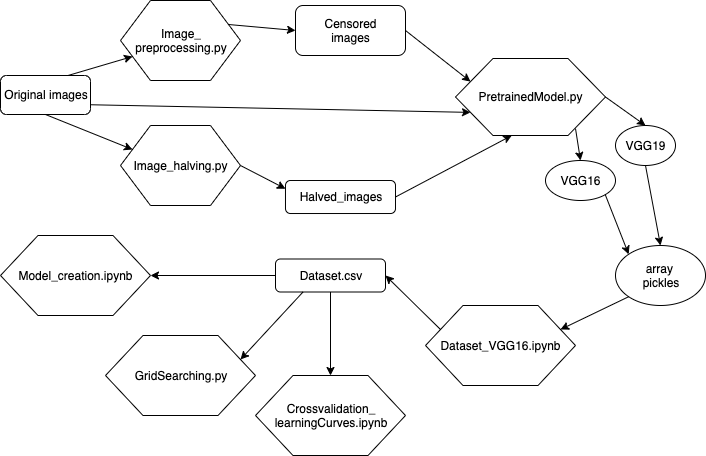
This is PR_Final_diagram.png from GerardDD/PR_Final_PeriapicalRadiography_Classification, a draw.io export, as it was before one commit. Source tidied: cells renumbered, new cells last; positions are measured from the earlier drawing's top-left corner, leaving out a move shared by most shapes.
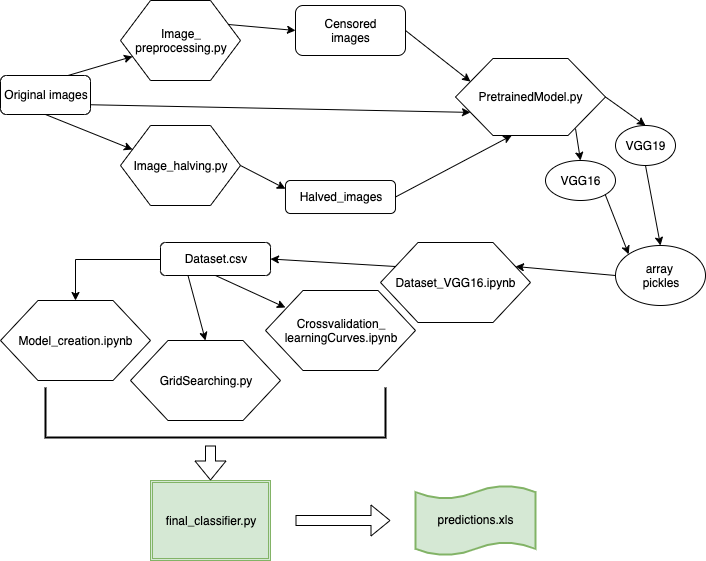
After the change.

Diff of the diagram source:
```diff
@@ -21,22 +21,22 @@
       <mxGeometry x="615" y="245" width="90" height="60" as="geometry" />
     </mxCell>
     <mxCell id="8" value="Dataset_VGG16.ipynb" style="shape=hexagon;perimeter=hexagonPerimeter2;whiteSpace=wrap;html=1;" parent="1" vertex="1">
-      <mxGeometry x="425" y="305" width="150" height="80" as="geometry" />
+      <mxGeometry x="380" y="242" width="150" height="80" as="geometry" />
     </mxCell>
-    <mxCell id="9" style="endArrow=classic;html=1;entryX=1;entryY=0.25;entryDx=0;entryDy=0;exitX=0;exitY=1;exitDx=0;exitDy=0;" parent="1" edge="1" source="7" target="8">
+    <mxCell id="9" style="endArrow=classic;html=1;entryX=1;entryY=0.25;entryDx=0;entryDy=0;exitX=0;exitY=0.5;exitDx=0;exitDy=0;" parent="1" edge="1" source="7" target="8">
       <mxGeometry relative="1" as="geometry" />
     </mxCell>
     <mxCell id="10" style="edgeStyle=orthogonalEdgeStyle;rounded=0;jettySize=auto;html=1;" parent="1" edge="1" source="11" target="13">
       <mxGeometry relative="1" as="geometry" />
     </mxCell>
     <mxCell id="11" value="Dataset.csv" style="rounded=1;whiteSpace=wrap;html=1;" parent="1" vertex="1">
-      <mxGeometry x="275" y="258.5" width="110" height="33" as="geometry" />
+      <mxGeometry x="160" y="242" width="110" height="33" as="geometry" />
     </mxCell>
     <mxCell id="12" style="endArrow=classic;html=1;exitX=0;exitY=0.25;exitDx=0;exitDy=0;entryX=1;entryY=0.5;entryDx=0;entryDy=0;" parent="1" edge="1" source="8" target="11">
       <mxGeometry relative="1" as="geometry" />
     </mxCell>
     <mxCell id="13" value="Model_creation.ipynb" style="shape=hexagon;perimeter=hexagonPerimeter2;whiteSpace=wrap;html=1;" parent="1" vertex="1">
-      <mxGeometry y="235" width="150" height="80" as="geometry" />
+      <mxGeometry y="300" width="150" height="80" as="geometry" />
     </mxCell>
     <mxCell id="14" value="Image_&lt;br&gt;preprocessing.py" style="shape=hexagon;perimeter=hexagonPerimeter2;whiteSpace=wrap;html=1;" parent="1" vertex="1">
       <mxGeometry x="120" width="120" height="80" as="geometry" />
@@ -68,16 +68,16 @@
     <mxCell id="23" style="endArrow=classic;html=1;entryX=0;entryY=0.25;entryDx=0;entryDy=0;exitX=1;exitY=0.5;exitDx=0;exitDy=0;" parent="1" edge="1" source="4" target="6">
       <mxGeometry relative="1" as="geometry" />
     </mxCell>
-    <mxCell id="24" style="endArrow=classic;html=1;exitX=1;exitY=0.75;exitDx=0;exitDy=0;entryX=0.5;entryY=0;entryDx=0;entryDy=0;" parent="1" edge="1" target="18">
-      <mxGeometry relative="1" as="geometry">
-        <mxPoint x="605" y="96.5" as="sourcePoint" />
-      </mxGeometry>
-    </mxCell>
-    <mxCell id="25" style="endArrow=classic;html=1;exitX=1;exitY=0.75;exitDx=0;exitDy=0;entryX=0.5;entryY=0;entryDx=0;entryDy=0;" parent="1" edge="1" target="17">
-      <mxGeometry relative="1" as="geometry">
-        <mxPoint x="575" y="128" as="sourcePoint" />
-      </mxGeometry>
-    </mxCell>
+    <mxCell id="32" style="endArrow=classic;html=1;exitX=1;exitY=0.75;exitDx=0;exitDy=0;entryX=0.5;entryY=0;entryDx=0;entryDy=0;" parent="1" edge="1" target="18">
+      <mxGeometry relative="1" as="geometry">
+        <mxPoint x="605" y="96.5" as="sourcePoint" />
+      </mxGeometry>
+    </mxCell>
+    <mxCell id="33" style="endArrow=classic;html=1;exitX=1;exitY=0.75;exitDx=0;exitDy=0;entryX=0.5;entryY=0;entryDx=0;entryDy=0;" parent="1" edge="1" target="17">
+      <mxGeometry relative="1" as="geometry">
+        <mxPoint x="575" y="128" as="sourcePoint" />
+      </mxGeometry>
+    </mxCell>
     <mxCell id="26" style="endArrow=classic;html=1;exitX=0.5;exitY=1;exitDx=0;exitDy=0;entryX=0.5;entryY=0;entryDx=0;entryDy=0;" parent="1" edge="1" source="18" target="7">
       <mxGeometry relative="1" as="geometry" />
     </mxCell>
@@ -85,16 +85,36 @@
       <mxGeometry relative="1" as="geometry" />
     </mxCell>
     <mxCell id="28" value="GridSearching.py" style="shape=hexagon;perimeter=hexagonPerimeter2;whiteSpace=wrap;html=1;" parent="1" vertex="1">
-      <mxGeometry x="105" y="335" width="150" height="80" as="geometry" />
+      <mxGeometry x="130" y="340" width="150" height="80" as="geometry" />
     </mxCell>
     <mxCell id="29" value="Crossvalidation_&lt;br&gt;learningCurves.ipynb" style="shape=hexagon;perimeter=hexagonPerimeter2;whiteSpace=wrap;html=1;" parent="1" vertex="1">
-      <mxGeometry x="255" y="375" width="150" height="80" as="geometry" />
+      <mxGeometry x="265" y="290" width="150" height="80" as="geometry" />
     </mxCell>
-    <mxCell id="30" style="endArrow=classic;html=1;entryX=1;entryY=0.25;entryDx=0;entryDy=0;exitX=0.25;exitY=1;exitDx=0;exitDy=0;" parent="1" edge="1" source="11" target="28">
+    <mxCell id="30" style="endArrow=classic;html=1;entryX=0.5;entryY=0;entryDx=0;entryDy=0;exitX=0.25;exitY=1;exitDx=0;exitDy=0;" parent="1" edge="1" source="11" target="28">
       <mxGeometry relative="1" as="geometry" />
     </mxCell>
-    <mxCell id="31" style="endArrow=classic;html=1;entryX=0.5;entryY=0;entryDx=0;entryDy=0;exitX=0.5;exitY=1;exitDx=0;exitDy=0;" parent="1" edge="1" source="11" target="29">
+    <mxCell id="31" style="endArrow=classic;html=1;exitX=0.5;exitY=1;exitDx=0;exitDy=0;entryX=0.133;entryY=0.213;entryDx=0;entryDy=0;entryPerimeter=0;" parent="1" edge="1" source="11" target="29">
       <mxGeometry relative="1" as="geometry" />
     </mxCell>
+    <mxCell id="34" value="final_classifier.py" style="shape=ext;double=1;rounded=0;whiteSpace=wrap;html=1;fillColor=#d5e8d4;strokeColor=#82b366;" parent="1" vertex="1">
+      <mxGeometry x="150" y="480" width="120" height="80" as="geometry" />
+    </mxCell>
+    <mxCell id="35" style="strokeWidth=2;html=1;shape=mxgraph.flowchart.annotation_1;align=left;rotation=-90;" parent="1" vertex="1">
+      <mxGeometry x="190" y="242" width="50" height="340" as="geometry" />
+    </mxCell>
+    <mxCell id="36" style="shape=flexArrow;endArrow=classic;html=1;entryX=0.5;entryY=0;entryDx=0;entryDy=0;" parent="1" edge="1" target="34">
+      <mxGeometry relative="1" as="geometry">
+        <mxPoint x="210" y="445" as="sourcePoint" />
+      </mxGeometry>
+    </mxCell>
+    <mxCell id="37" style="shape=flexArrow;endArrow=classic;html=1;" parent="1" edge="1">
+      <mxGeometry relative="1" as="geometry">
+        <mxPoint x="295" y="520" as="sourcePoint" />
+        <mxPoint x="390" y="520" as="targetPoint" />
+      </mxGeometry>
+    </mxCell>
+    <mxCell id="38" value="predictions.xls" style="shape=tape;whiteSpace=wrap;html=1;strokeWidth=2;size=0.19;fillColor=#d5e8d4;strokeColor=#82b366;" parent="1" vertex="1">
+      <mxGeometry x="415" y="485" width="120" height="70" as="geometry" />
+    </mxCell>
   </root>
 </mxGraphModel>
```
